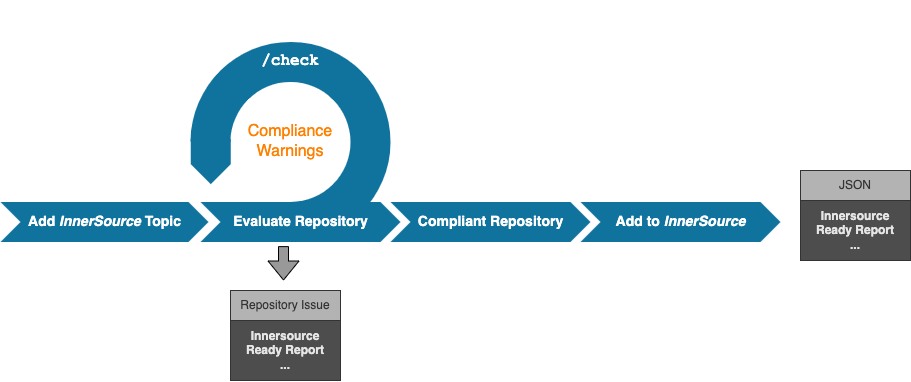
Earlier version of the draw.io export docs/images/processflow.png (github-innersource/innersource-ready-report). Source tidied: cells renumbered, new cells last; positions are measured from the earlier drawing's top-left corner, leaving out a move shared by most shapes.
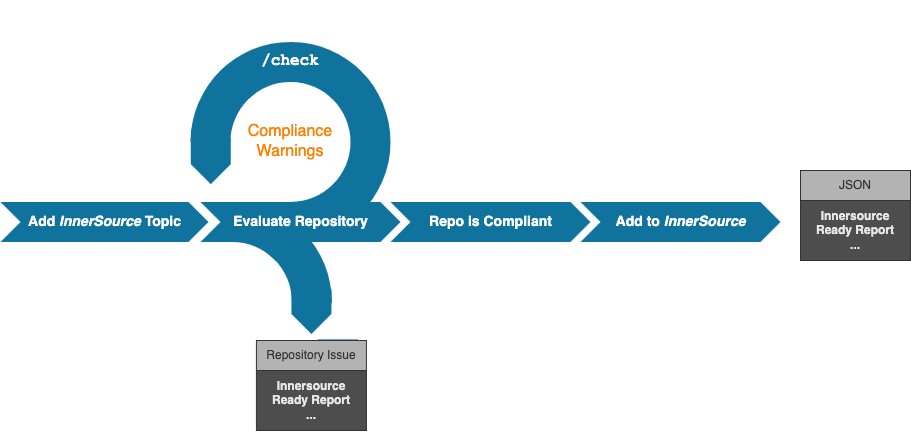
The same file after the commit.

Diff of the diagram source:
```diff
@@ -3,10 +3,10 @@
     <mxCell id="0" />
     <mxCell id="1" parent="0" />
     <mxCell id="2" style="group;" parent="1" vertex="1">
-      <mxGeometry x="148.6" width="282.8" height="282.8" as="geometry" />
+      <mxGeometry x="148.6" width="282.8" height="442.8" as="geometry" />
     </mxCell>
     <mxCell id="3" style="group;" parent="2" vertex="1">
-      <mxGeometry width="282.8" height="282.8" as="geometry" />
+      <mxGeometry width="282.8" height="442.8" as="geometry" />
     </mxCell>
     <mxCell id="4" style="verticalLabelPosition=bottom;verticalAlign=top;html=1;shape=mxgraph.basic.partConcEllipse;fillColor=#10739E;strokeColor=none;startAngle=0.3762531626299647;endAngle=0.125;arcWidth=0.4;rotation=135;" parent="3" vertex="1">
       <mxGeometry x="41.4" y="41.4" width="200" height="200" as="geometry" />
@@ -17,13 +17,34 @@
     <mxCell id="6" value="&lt;font face=&quot;Courier New&quot;&gt;&lt;b&gt;/check&lt;/b&gt;&lt;/font&gt;" style="text;html=1;strokeColor=none;fillColor=none;align=center;verticalAlign=middle;whiteSpace=wrap;rounded=0;fontSize=16;fontColor=#FFFFFF;" parent="3" vertex="1">
       <mxGeometry x="121.4" y="51.4" width="40" height="20" as="geometry" />
     </mxCell>
+    <mxCell id="19" style="group;" parent="3" vertex="1">
+      <mxGeometry x="-58.6" y="160" width="282.8" height="282.8" as="geometry" />
+    </mxCell>
+    <mxCell id="20" style="verticalLabelPosition=bottom;verticalAlign=top;html=1;shape=mxgraph.basic.partConcEllipse;fillColor=#10739E;strokeColor=none;startAngle=0.625;endAngle=0.8761449798372287;arcWidth=0.4;rotation=135;" parent="19" vertex="1">
+      <mxGeometry x="41.4" y="41.4" width="200" height="200" as="geometry" />
+    </mxCell>
+    <mxCell id="21" style="html=1;shape=mxgraph.infographic.ribbonSimple;notch1=0;notch2=20;fillColor=#10739E;strokeColor=none;align=center;verticalAlign=middle;fontColor=#ffffff;fontSize=14;fontStyle=1;rotation=90;" parent="19" vertex="1">
+      <mxGeometry x="198.4" y="131" width="45" height="40" as="geometry" />
+    </mxCell>
+    <mxCell id="22" style="html=1;shape=mxgraph.infographic.ribbonSimple;notch1=0;notch2=20;fillColor=#10739E;strokeColor=none;align=center;verticalAlign=middle;fontColor=#ffffff;fontSize=14;fontStyle=1;rotation=90;" parent="19" vertex="1">
+      <mxGeometry x="224.8" y="181.4" width="45" height="40" as="geometry" />
+    </mxCell>
+    <mxCell id="13" style="group;" parent="19" vertex="1">
+      <mxGeometry x="165.9" y="180" width="110" height="90" as="geometry" />
+    </mxCell>
+    <mxCell id="14" value="&lt;font color=&quot;#e6e6e6&quot;&gt;&lt;span style=&quot;font-family: &amp;#34;helvetica&amp;#34; ; font-size: 12px ; font-style: normal ; font-weight: 700 ; letter-spacing: normal ; text-align: center ; text-indent: 0px ; text-transform: none ; word-spacing: 0px ; display: inline ; float: none&quot;&gt;Innersource&lt;/span&gt;&lt;br style=&quot;font-family: &amp;#34;helvetica&amp;#34; ; font-size: 12px ; font-style: normal ; font-weight: 700 ; letter-spacing: normal ; text-align: center ; text-indent: 0px ; text-transform: none ; word-spacing: 0px&quot;&gt;&lt;span style=&quot;font-family: &amp;#34;helvetica&amp;#34; ; font-size: 12px ; font-style: normal ; font-weight: 700 ; letter-spacing: normal ; text-align: center ; text-indent: 0px ; text-transform: none ; word-spacing: 0px ; display: inline ; float: none&quot;&gt;Ready Report&lt;/span&gt;&lt;br style=&quot;font-family: &amp;#34;helvetica&amp;#34; ; font-size: 12px ; font-style: normal ; font-weight: 700 ; letter-spacing: normal ; text-align: center ; text-indent: 0px ; text-transform: none ; word-spacing: 0px&quot;&gt;&lt;span style=&quot;font-family: &amp;#34;helvetica&amp;#34; ; font-size: 12px ; font-style: normal ; font-weight: 700 ; letter-spacing: normal ; text-align: center ; text-indent: 0px ; text-transform: none ; word-spacing: 0px ; display: inline ; float: none&quot;&gt;...&lt;/span&gt;&lt;/font&gt;" style="rounded=0;whiteSpace=wrap;html=1;labelBackgroundColor=none;fontColor=#99FFFF;strokeColor=#333333;fillColor=#4D4D4D;" parent="13" vertex="1">
+      <mxGeometry y="30" width="110" height="60" as="geometry" />
+    </mxCell>
+    <mxCell id="15" value="&lt;font color=&quot;#333333&quot;&gt;Repository Issue&lt;/font&gt;" style="rounded=0;whiteSpace=wrap;html=1;labelBackgroundColor=none;fontColor=#E6E6E6;strokeColor=#333333;fillColor=#B3B3B3;" parent="13" vertex="1">
+      <mxGeometry width="110" height="30" as="geometry" />
+    </mxCell>
     <mxCell id="7" style="html=1;shape=mxgraph.infographic.ribbonSimple;notch1=0;notch2=20;fillColor=#10739E;strokeColor=none;align=center;verticalAlign=middle;fontColor=#ffffff;fontSize=14;fontStyle=1;rotation=90;" parent="2" vertex="1">
       <mxGeometry x="39.2" y="141.2" width="45" height="40" as="geometry" />
     </mxCell>
     <mxCell id="8" value="Evaluate Repository" style="html=1;shape=mxgraph.infographic.ribbonSimple;notch1=20;notch2=20;fillColor=#10739E;strokeColor=none;align=center;verticalAlign=middle;fontColor=#ffffff;fontSize=14;fontStyle=1;" parent="1" vertex="1">
       <mxGeometry x="200" y="201.4" width="200" height="40" as="geometry" />
     </mxCell>
-    <mxCell id="9" value="Compliant Repository" style="html=1;shape=mxgraph.infographic.ribbonSimple;notch1=20;notch2=20;fillColor=#10739E;strokeColor=none;align=center;verticalAlign=middle;fontColor=#ffffff;fontSize=14;fontStyle=1;" parent="1" vertex="1">
+    <mxCell id="9" value="Repo is Compliant" style="html=1;shape=mxgraph.infographic.ribbonSimple;notch1=20;notch2=20;fillColor=#10739E;strokeColor=none;align=center;verticalAlign=middle;fontColor=#ffffff;fontSize=14;fontStyle=1;" parent="1" vertex="1">
       <mxGeometry x="390" y="201.4" width="200" height="40" as="geometry" />
     </mxCell>
     <mxCell id="10" value="Add&amp;nbsp;&lt;i&gt;InnerSource&amp;nbsp;&lt;/i&gt;Topic" style="html=1;shape=mxgraph.infographic.ribbonSimple;notch1=20;notch2=20;fillColor=#10739E;strokeColor=none;align=center;verticalAlign=middle;fontColor=#ffffff;fontSize=14;fontStyle=1;" parent="1" vertex="1">
@@ -32,21 +53,6 @@
     <mxCell id="11" value="Add to &lt;i&gt;InnerSource&lt;/i&gt;" style="html=1;shape=mxgraph.infographic.ribbonSimple;notch1=20;notch2=20;fillColor=#10739E;strokeColor=none;align=center;verticalAlign=middle;fontColor=#ffffff;fontSize=14;fontStyle=1;" parent="1" vertex="1">
       <mxGeometry x="580" y="201.4" width="200" height="40" as="geometry" />
     </mxCell>
-    <mxCell id="12" style="shape=flexArrow;endArrow=classic;html=1;fontColor=#666666;fillColor=#999999;exitX=0.415;exitY=1.105;exitDx=0;exitDy=0;exitPerimeter=0;" parent="1" edge="1">
-      <mxGeometry relative="1" as="geometry">
-        <mxPoint x="283" y="245.6" as="sourcePoint" />
-        <mxPoint x="283" y="280" as="targetPoint" />
-      </mxGeometry>
-    </mxCell>
-    <mxCell id="13" style="group;" parent="1" vertex="1">
-      <mxGeometry x="230" y="290" width="110" height="90" as="geometry" />
-    </mxCell>
-    <mxCell id="14" value="&lt;font color=&quot;#e6e6e6&quot;&gt;&lt;span style=&quot;font-family: &amp;#34;helvetica&amp;#34; ; font-size: 12px ; font-style: normal ; font-weight: 700 ; letter-spacing: normal ; text-align: center ; text-indent: 0px ; text-transform: none ; word-spacing: 0px ; display: inline ; float: none&quot;&gt;Innersource&lt;/span&gt;&lt;br style=&quot;font-family: &amp;#34;helvetica&amp;#34; ; font-size: 12px ; font-style: normal ; font-weight: 700 ; letter-spacing: normal ; text-align: center ; text-indent: 0px ; text-transform: none ; word-spacing: 0px&quot;&gt;&lt;span style=&quot;font-family: &amp;#34;helvetica&amp;#34; ; font-size: 12px ; font-style: normal ; font-weight: 700 ; letter-spacing: normal ; text-align: center ; text-indent: 0px ; text-transform: none ; word-spacing: 0px ; display: inline ; float: none&quot;&gt;Ready Report&lt;/span&gt;&lt;br style=&quot;font-family: &amp;#34;helvetica&amp;#34; ; font-size: 12px ; font-style: normal ; font-weight: 700 ; letter-spacing: normal ; text-align: center ; text-indent: 0px ; text-transform: none ; word-spacing: 0px&quot;&gt;&lt;span style=&quot;font-family: &amp;#34;helvetica&amp;#34; ; font-size: 12px ; font-style: normal ; font-weight: 700 ; letter-spacing: normal ; text-align: center ; text-indent: 0px ; text-transform: none ; word-spacing: 0px ; display: inline ; float: none&quot;&gt;...&lt;/span&gt;&lt;/font&gt;" style="rounded=0;whiteSpace=wrap;html=1;labelBackgroundColor=none;fontColor=#99FFFF;strokeColor=#333333;fillColor=#4D4D4D;" parent="13" vertex="1">
-      <mxGeometry y="30" width="110" height="60" as="geometry" />
-    </mxCell>
-    <mxCell id="15" value="&lt;font color=&quot;#333333&quot;&gt;Repository Issue&lt;/font&gt;" style="rounded=0;whiteSpace=wrap;html=1;labelBackgroundColor=none;fontColor=#E6E6E6;strokeColor=#333333;fillColor=#B3B3B3;" parent="13" vertex="1">
-      <mxGeometry width="110" height="30" as="geometry" />
-    </mxCell>
     <mxCell id="16" style="group;" parent="1" vertex="1">
       <mxGeometry x="800" y="170" width="110" height="90" as="geometry" />
     </mxCell>
```
